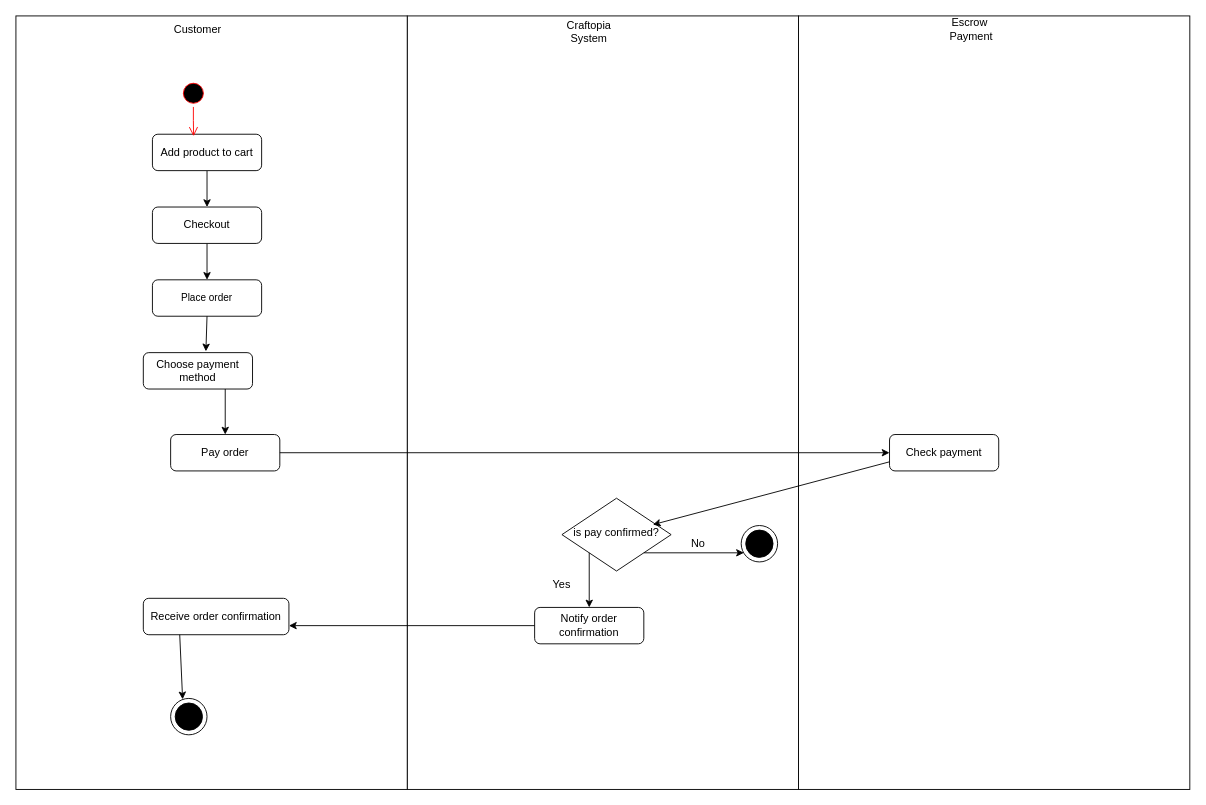
Above: Activity diagram/placeOrder.drawio in alibedair/Graduation-Project (draw.io), before the change. Source tidied: cells renumbered, new cells numbered last; positions are measured from the earlier drawing's top-left corner, leaving out a move shared by most shapes. Both pictures are drawn from the tidied source at 91%, with x=0, y=0 at pixel (15, 15).
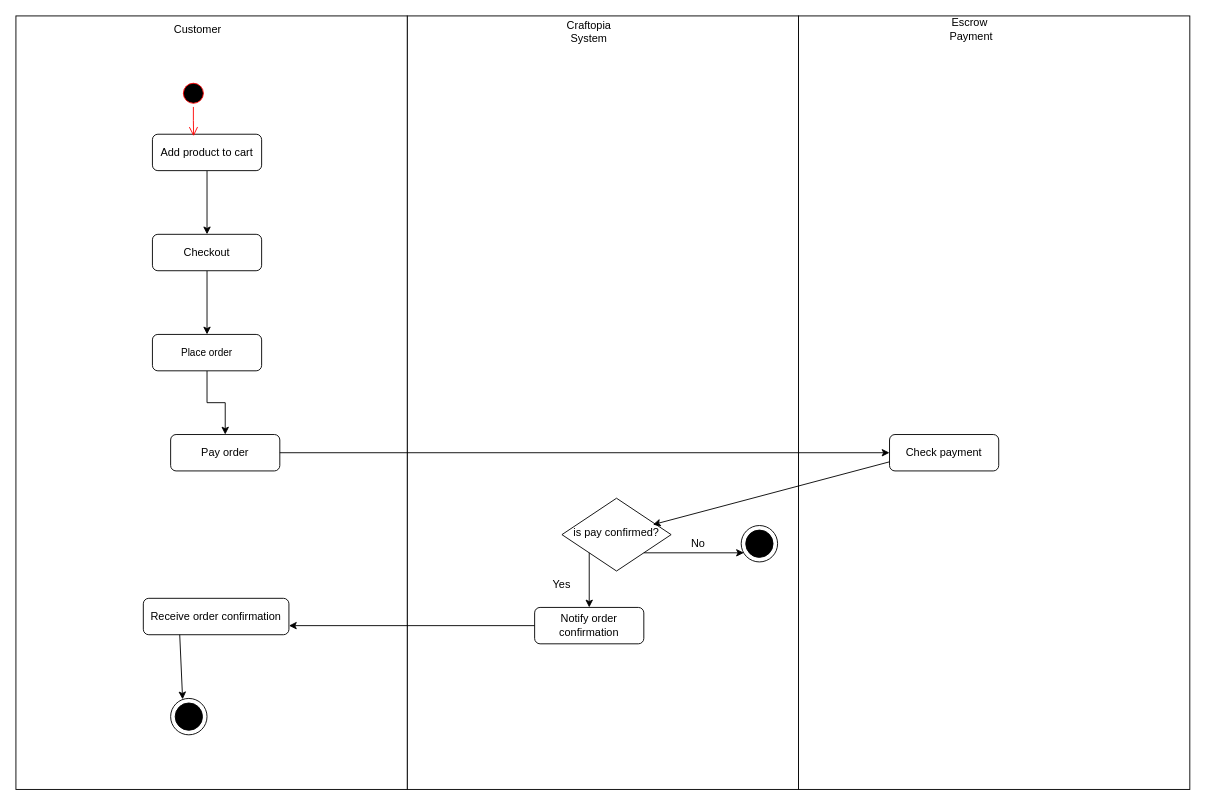
The same page after the edit.

Commit message (it also covers changes not shown here):
Remove cash payment option

Unchanged cells that the change refers to:
```xml
<mxCell id="16" value="Pay order" style="rounded=1;whiteSpace=wrap;html=1;fontSize=12;glass=0;strokeWidth=1;shadow=0;" parent="1" vertex="1">
  <mxGeometry x="170" y="460" width="120" height="40" as="geometry" />
</mxCell>
```

What changed in the source:
```diff
@@
+    <mxCell id="34" style="edgeStyle=orthogonalEdgeStyle;rounded=0;jettySize=auto;html=1;" parent="1" edge="1" source="11" target="16">
+      <mxGeometry relative="1" as="geometry" />
+    </mxCell>
     <mxCell id="11" value="&lt;span style=&quot;font-size: 11px; text-wrap: nowrap; background-color: rgb(255, 255, 255);&quot;&gt;Place order&lt;/span&gt;" style="rounded=1;whiteSpace=wrap;html=1;fontSize=12;glass=0;strokeWidth=1;shadow=0;" parent="1" vertex="1">
-      <mxGeometry x="150" y="290" width="120" height="40" as="geometry" />
+      <mxGeometry x="150" y="350" width="120" height="40" as="geometry" />
     </mxCell>
@@
-    <mxCell id="21" value="Choose payment method" style="rounded=1;whiteSpace=wrap;html=1;fontSize=12;glass=0;strokeWidth=1;shadow=0;" parent="1" vertex="1">
-      <mxGeometry x="140" y="370" width="120" height="40" as="geometry" />
-    </mxCell>
-    <mxCell id="22" style="endArrow=classic;html=1;rounded=0;exitX=0.5;exitY=1;exitDx=0;exitDy=0;entryX=0.573;entryY=-0.035;entryDx=0;entryDy=0;entryPerimeter=0;" parent="1" edge="1" source="11" target="21">
-      <mxGeometry relative="1" as="geometry" />
-    </mxCell>
-    <mxCell id="23" style="endArrow=classic;html=1;rounded=0;exitX=0.75;exitY=1;exitDx=0;exitDy=0;" parent="1" edge="1" source="21" target="16">
-      <mxGeometry relative="1" as="geometry" />
-    </mxCell>
@@
     <mxCell id="33" value="Checkout" style="rounded=1;whiteSpace=wrap;html=1;fontSize=12;glass=0;strokeWidth=1;shadow=0;" parent="1" vertex="1">
-      <mxGeometry x="150" y="210" width="120" height="40" as="geometry" />
+      <mxGeometry x="150" y="240" width="120" height="40" as="geometry" />
     </mxCell>
```
